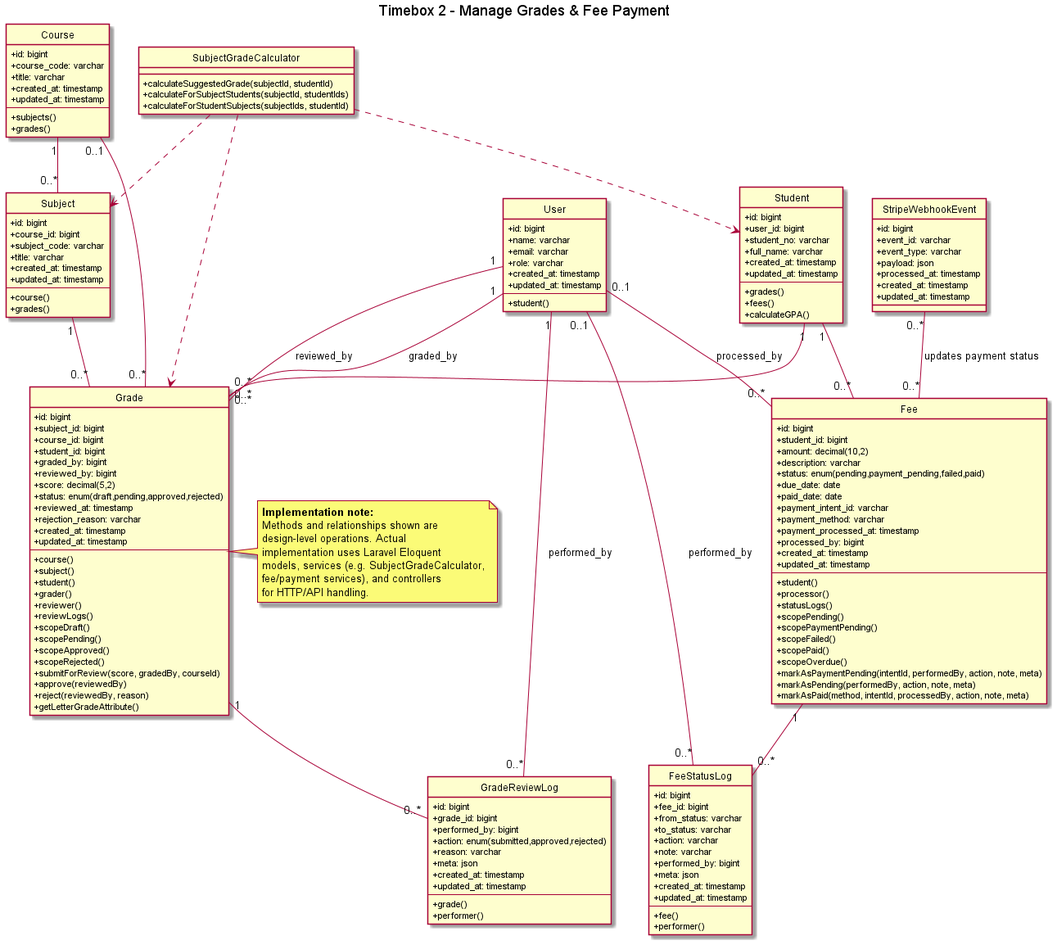
KyawMyoHtay1/academic-portal keeps this PlantUML diagram as out/class_diagram/Timebox2_GradesFees_Class/Timebox2_GradesFees_Class.png. Above is the earlier version.
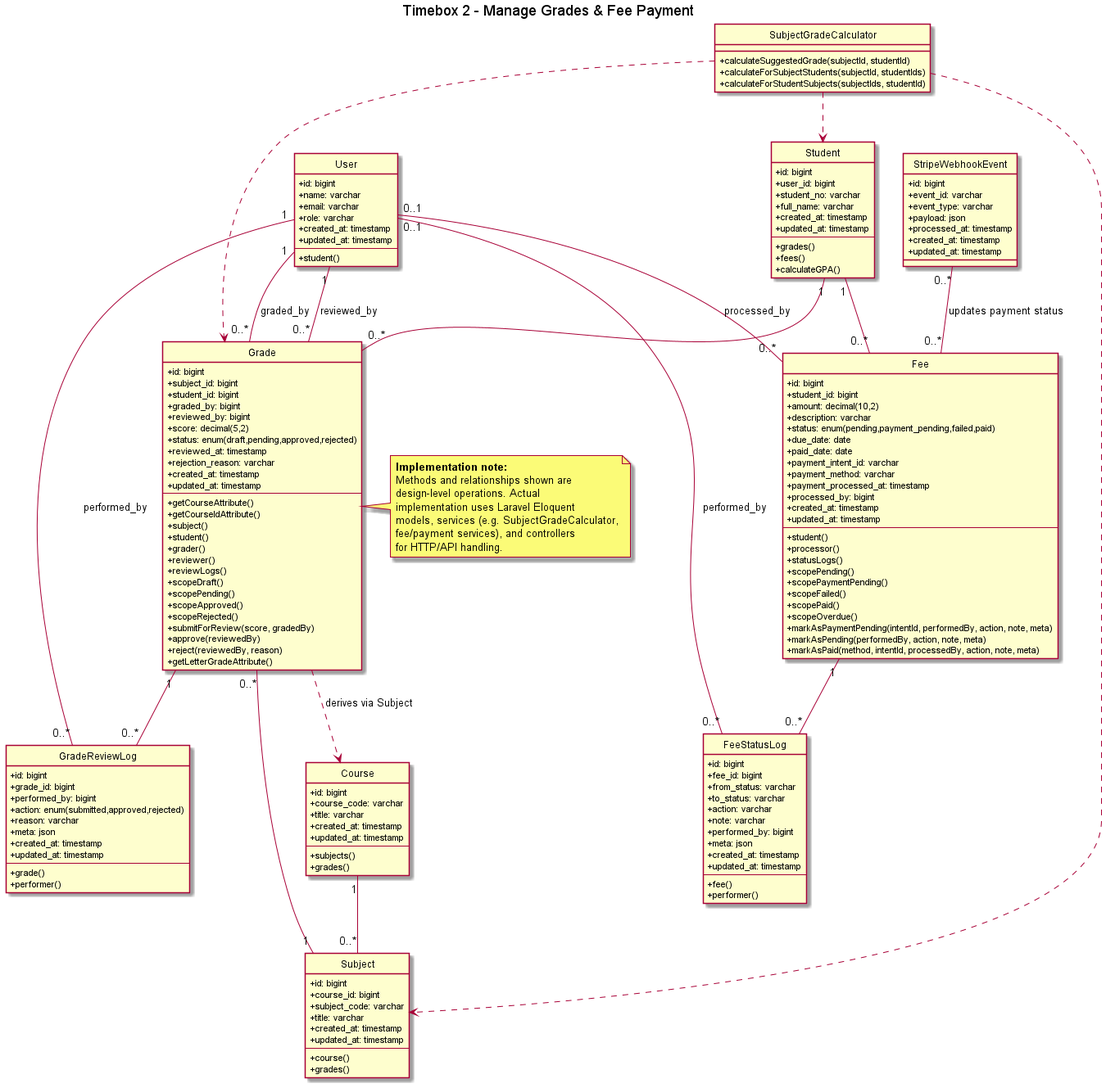
After the commit.

Commit message:
Update class diagrams for Timebox2, replacing existing PNG files with new versions to reflect recent changes in the model structure and relationships.

Change to the diagram source:
```diff
@@ -63,7 +63,6 @@
 class Grade {
   +id: bigint
   +subject_id: bigint
-  +course_id: bigint
   +student_id: bigint
   +graded_by: bigint
   +reviewed_by: bigint
@@ -74,7 +73,8 @@
   +created_at: timestamp
   +updated_at: timestamp
   --
-  +course()
+  +getCourseAttribute()
+  +getCourseIdAttribute()
   +subject()
   +student()
   +grader()
@@ -84,7 +84,7 @@
   +scopePending()
   +scopeApproved()
   +scopeRejected()
-  +submitForReview(score, gradedBy, courseId)
+  +submitForReview(score, gradedBy)
   +approve(reviewedBy)
   +reject(reviewedBy, reason)
   +getLetterGradeAttribute()
@@ -166,12 +166,12 @@
 
 Course  "1" -- "0..*" Subject
 Subject "1" -- "0..*" Grade
-Course  "0..1" -- "0..*" Grade
 Student "1" -- "0..*" Grade
 User    "1" -- "0..*" Grade         : graded_by
 User    "1" -- "0..*" Grade         : reviewed_by
 Grade   "1" -- "0..*" GradeReviewLog
 User    "1" -- "0..*" GradeReviewLog : performed_by
+Grade ..> Course : derives via Subject
 
 Student "1" -- "0..*" Fee
 User    "0..1" -- "0..*" Fee          : processed_by
```
